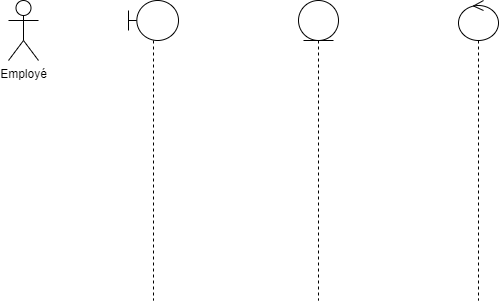
Siluearsene/borne_biometrique keeps this draw.io diagram as static/Diagramme des séquences conceptuel  log et pointage .drawio.png. Above is the earlier version. Source tidied: cells renumbered, new cells last; positions are measured from the earlier drawing's top-left corner, leaving out a move shared by most shapes.
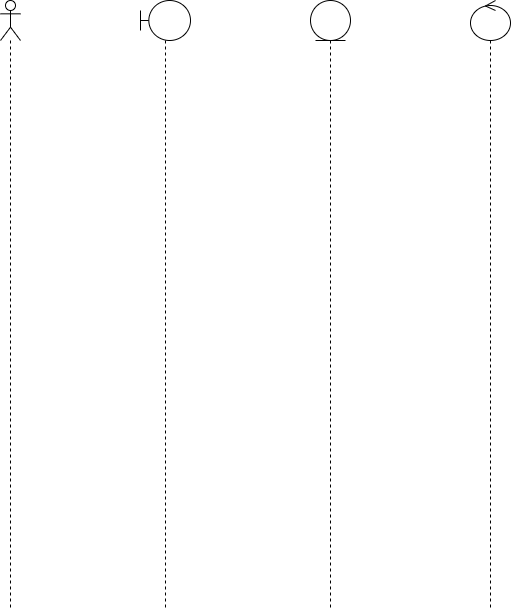
The same diagram one commit later.

Commit message:
Mettre à jour Diagramme des séquences conceptuel  log et pointage .drawio.png

Change to the diagram source:
```diff
@@ -2,17 +2,17 @@
   <root>
     <mxCell id="0" />
     <mxCell id="1" parent="0" />
-    <mxCell id="2" value="Employé" style="shape=umlActor;verticalLabelPosition=bottom;verticalAlign=top;html=1;" parent="1" vertex="1">
-      <mxGeometry width="30" height="60" as="geometry" />
-    </mxCell>
     <mxCell id="3" style="shape=umlLifeline;perimeter=lifelinePerimeter;whiteSpace=wrap;html=1;newEdgeStyle={&quot;edgeStyle&quot;:&quot;elbowEdgeStyle&quot;,&quot;elbow&quot;:&quot;vertical&quot;,&quot;curved&quot;:0,&quot;rounded&quot;:0};participant=umlBoundary;" parent="1" vertex="1">
-      <mxGeometry x="120" width="50" height="300" as="geometry" />
+      <mxGeometry x="120" width="50" height="610" as="geometry" />
     </mxCell>
     <mxCell id="4" style="shape=umlLifeline;perimeter=lifelinePerimeter;whiteSpace=wrap;html=1;newEdgeStyle={&quot;edgeStyle&quot;:&quot;elbowEdgeStyle&quot;,&quot;elbow&quot;:&quot;vertical&quot;,&quot;curved&quot;:0,&quot;rounded&quot;:0};participant=umlEntity;" parent="1" vertex="1">
-      <mxGeometry x="290" width="40" height="300" as="geometry" />
+      <mxGeometry x="290" width="40" height="610" as="geometry" />
     </mxCell>
     <mxCell id="5" style="shape=umlLifeline;perimeter=lifelinePerimeter;whiteSpace=wrap;html=1;newEdgeStyle={&quot;edgeStyle&quot;:&quot;elbowEdgeStyle&quot;,&quot;elbow&quot;:&quot;vertical&quot;,&quot;curved&quot;:0,&quot;rounded&quot;:0};participant=umlControl;" parent="1" vertex="1">
-      <mxGeometry x="450" width="40" height="300" as="geometry" />
+      <mxGeometry x="450" width="40" height="610" as="geometry" />
     </mxCell>
+    <mxCell id="6" style="shape=umlLifeline;perimeter=lifelinePerimeter;whiteSpace=wrap;html=1;newEdgeStyle={&quot;edgeStyle&quot;:&quot;elbowEdgeStyle&quot;,&quot;elbow&quot;:&quot;vertical&quot;,&quot;curved&quot;:0,&quot;rounded&quot;:0};participant=umlActor;" parent="1" vertex="1">
+      <mxGeometry x="-20" width="20" height="610" as="geometry" />
+    </mxCell>
   </root>
 </mxGraphModel>
```
